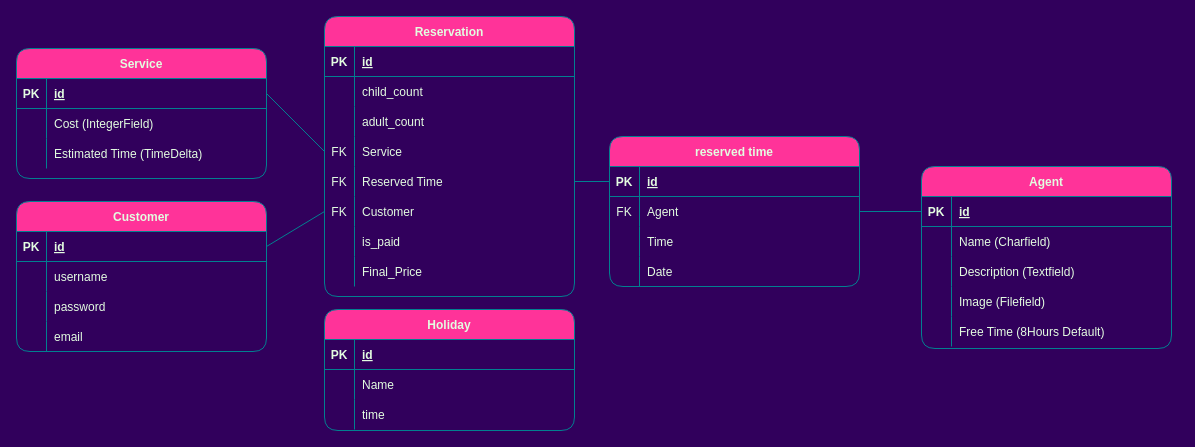
Above: Untitled Diagram.drawio in AlirezaDelkhahi/Salon (draw.io), before the change. Source tidied: cells renumbered, new cells numbered last; positions are measured from the earlier drawing's top-left corner, leaving out a move shared by most shapes. Both pictures are drawn from the tidied source at 100%, with x=0, y=0 at pixel (16, 16).
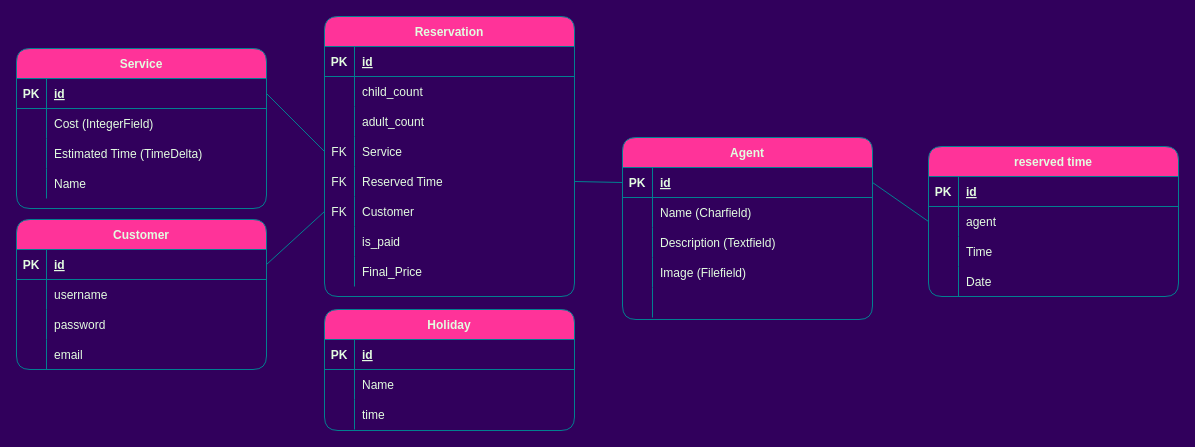
After the change.

Unchanged cells that the change refers to:
```xml
<mxCell id="13" style="shape=partialRectangle;fillColor=none;points=[[0,0.5],[1,0.5]];portConstraint=eastwest;top=0;left=0;right=0;bottom=1;strokeColor=#028090;fontColor=#E4FDE1;rounded=1;" parent="12" vertex="1">
  <mxGeometry y="30" width="250" height="30" as="geometry" />
</mxCell>
<mxCell id="25" style="shape=partialRectangle;fillColor=none;top=0;left=0;right=0;bottom=0;strokeColor=#028090;fontColor=#E4FDE1;rounded=1;" parent="12" vertex="1">
  <mxGeometry y="150" width="250" height="30" as="geometry" />
</mxCell>
<mxCell id="64" style="shape=partialRectangle;fillColor=none;points=[[0,0.5],[1,0.5]];portConstraint=eastwest;top=0;left=0;right=0;bottom=0;strokeColor=#028090;fontColor=#E4FDE1;rounded=1;" parent="51" vertex="1">
  <mxGeometry y="150" width="250" height="30" as="geometry" />
</mxCell>
<mxCell id="79" style="shape=partialRectangle;fillColor=none;points=[[0,0.5],[1,0.5]];portConstraint=eastwest;top=0;left=0;right=0;bottom=1;strokeColor=#028090;fontColor=#E4FDE1;rounded=1;" parent="78" vertex="1">
  <mxGeometry y="30" width="250" height="30" as="geometry" />
</mxCell>
<mxCell id="82" style="shape=partialRectangle;fillColor=none;points=[[0,0.5],[1,0.5]];portConstraint=eastwest;top=0;left=0;right=0;bottom=0;strokeColor=#028090;fontColor=#E4FDE1;rounded=1;" parent="78" vertex="1">
  <mxGeometry y="60" width="250" height="30" as="geometry" />
</mxCell>
```

What changed in the source:
```diff
@@
     <mxCell id="2" value="Service" style="shape=table;startSize=30;childLayout=tableLayout;rowLines=0;fontStyle=1;align=center;fillColor=#FF3399;strokeColor=#028090;fontColor=#E4FDE1;rounded=1;" parent="1" vertex="1">
-      <mxGeometry y="32" width="250" height="130" as="geometry" />
+      <mxGeometry y="32" width="250" height="160" as="geometry" />
     </mxCell>
@@
+    <mxCell id="93" style="shape=partialRectangle;fillColor=none;top=0;left=0;right=0;bottom=0;strokeColor=#028090;fontColor=#E4FDE1;rounded=1;" parent="2" vertex="1">
+      <mxGeometry y="120" width="250" height="30" as="geometry" />
+    </mxCell>
+    <mxCell id="94" style="shape=partialRectangle;overflow=hidden;fillColor=none;top=0;left=0;bottom=0;right=0;strokeColor=#028090;fontColor=#E4FDE1;rounded=1;" parent="93" vertex="1">
+      <mxGeometry width="30" height="30" as="geometry" />
+    </mxCell>
+    <mxCell id="95" value="Name" style="shape=partialRectangle;overflow=hidden;fillColor=none;top=0;left=0;bottom=0;right=0;align=left;spacingLeft=6;strokeColor=#028090;fontColor=#E4FDE1;rounded=1;" parent="93" vertex="1">
+      <mxGeometry x="30" width="220" height="30" as="geometry" />
+    </mxCell>
     <mxCell id="12" value="Agent" style="shape=table;startSize=30;childLayout=tableLayout;rowLines=0;fontStyle=1;align=center;fillColor=#FF3399;strokeColor=#028090;fontColor=#E4FDE1;rounded=1;" parent="1" vertex="1">
-      <mxGeometry x="905" y="150" width="250" height="182" as="geometry" />
+      <mxGeometry x="606" y="121" width="250" height="182" as="geometry" />
     </mxCell>
@@
-    <mxCell id="27" value="Free Time (8Hours Default)" style="shape=partialRectangle;overflow=hidden;fillColor=none;top=0;left=0;bottom=0;right=0;align=left;spacingLeft=6;strokeColor=#028090;fontColor=#E4FDE1;rounded=1;" parent="25" vertex="1">
+    <mxCell id="27" style="shape=partialRectangle;overflow=hidden;fillColor=none;top=0;left=0;bottom=0;right=0;align=left;spacingLeft=6;strokeColor=#028090;fontColor=#E4FDE1;rounded=1;" parent="25" vertex="1">
       <mxGeometry x="30" width="220" height="30" as="geometry" />
     </mxCell>
     <mxCell id="28" value="Customer" style="shape=table;startSize=30;childLayout=tableLayout;rowLines=0;fontStyle=1;align=center;fillColor=#FF3399;strokeColor=#028090;fontColor=#E4FDE1;rounded=1;" parent="1" vertex="1">
-      <mxGeometry y="185" width="250" height="150" as="geometry" />
+      <mxGeometry y="203" width="250" height="150" as="geometry" />
     </mxCell>
@@
     <mxCell id="78" value="reserved time" style="shape=table;startSize=30;childLayout=tableLayout;rowLines=0;fontStyle=1;align=center;fillColor=#FF3399;strokeColor=#028090;fontColor=#E4FDE1;rounded=1;" parent="1" vertex="1">
-      <mxGeometry x="593" y="120" width="250" height="150" as="geometry" />
+      <mxGeometry x="912" y="130" width="250" height="150" as="geometry" />
     </mxCell>
@@
-    <mxCell id="83" value="FK" style="shape=partialRectangle;overflow=hidden;fillColor=none;top=0;left=0;bottom=0;right=0;strokeColor=#028090;fontColor=#E4FDE1;rounded=1;" parent="82" vertex="1">
+    <mxCell id="83" style="shape=partialRectangle;overflow=hidden;fillColor=none;top=0;left=0;bottom=0;right=0;strokeColor=#028090;fontColor=#E4FDE1;rounded=1;" parent="82" vertex="1">
       <mxGeometry width="30" height="30" as="geometry" />
     </mxCell>
-    <mxCell id="84" value="Agent" style="shape=partialRectangle;overflow=hidden;fillColor=none;top=0;left=0;bottom=0;right=0;align=left;spacingLeft=6;strokeColor=#028090;fontColor=#E4FDE1;rounded=1;" parent="82" vertex="1">
+    <mxCell id="84" value="agent" style="shape=partialRectangle;overflow=hidden;fillColor=none;top=0;left=0;bottom=0;right=0;align=left;spacingLeft=6;strokeColor=#028090;fontColor=#E4FDE1;rounded=1;" parent="82" vertex="1">
       <mxGeometry x="30" width="220" height="30" as="geometry" />
     </mxCell>
@@
-    <mxCell id="91" style="endArrow=none;html=1;rounded=1;fontColor=#E4FDE1;strokeColor=#028090;fillColor=#F45B69;entryX=0;entryY=0.5;entryDx=0;entryDy=0;exitX=1;exitY=0.5;exitDx=0;exitDy=0;" parent="1" edge="1" source="64" target="79">
-      <mxGeometry relative="1" as="geometry" />
-    </mxCell>
-    <mxCell id="92" style="endArrow=none;html=1;rounded=1;fontColor=#E4FDE1;strokeColor=#028090;fillColor=#F45B69;entryX=0;entryY=0.5;entryDx=0;entryDy=0;exitX=1;exitY=0.5;exitDx=0;exitDy=0;" parent="1" edge="1" source="82" target="13">
+    <mxCell id="92" style="endArrow=none;html=1;rounded=1;fontColor=#E4FDE1;strokeColor=#028090;fillColor=#F45B69;entryX=0;entryY=0.5;entryDx=0;entryDy=0;exitX=1;exitY=0.5;exitDx=0;exitDy=0;" parent="1" edge="1" source="64" target="13">
       <mxGeometry relative="1" as="geometry" />
     </mxCell>
+    <mxCell id="96" style="endArrow=none;html=1;rounded=1;fontColor=#E4FDE1;strokeColor=#028090;fillColor=#F45B69;entryX=0;entryY=0.5;entryDx=0;entryDy=0;exitX=1;exitY=0.5;exitDx=0;exitDy=0;" parent="1" edge="1" source="13" target="82">
+      <mxGeometry relative="1" as="geometry" />
+    </mxCell>
```
